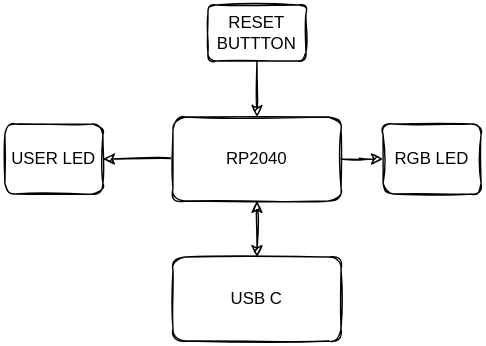
Above: week_2/img/xiaoRP2040.drawio.svg in raynayx/OrangeStars (draw.io), before the change. Source tidied: cells renumbered, new cells last; positions are measured from the earlier drawing's top-left corner, leaving out a move shared by most shapes.
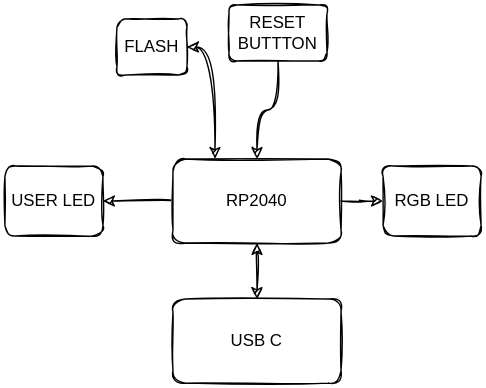
After the commit.

What changed in the source:
```diff
@@ -14,6 +14,9 @@
     <mxCell id="5" style="edgeStyle=orthogonalEdgeStyle;rounded=1;jettySize=auto;html=1;startArrow=classic;startFill=1;sketch=1;curved=1;" parent="1" edge="1" source="6" target="10">
       <mxGeometry relative="1" as="geometry" />
     </mxCell>
+    <mxCell id="11" style="edgeStyle=orthogonalEdgeStyle;curved=1;rounded=1;sketch=1;jettySize=auto;html=1;exitX=0.25;exitY=0;exitDx=0;exitDy=0;entryX=1;entryY=0.5;entryDx=0;entryDy=0;startArrow=classic;startFill=1;endArrow=classic;endFill=1;" parent="1" edge="1" source="6" target="12">
+      <mxGeometry relative="1" as="geometry" />
+    </mxCell>
     <mxCell id="6" value="RP2040" style="rounded=1;whiteSpace=wrap;html=1;sketch=1;" parent="1" vertex="1">
       <mxGeometry x="120" y="80" width="120" height="60" as="geometry" />
     </mxCell>
@@ -21,7 +24,7 @@
       <mxGeometry x="270" y="85" width="70" height="50" as="geometry" />
     </mxCell>
     <mxCell id="8" value="RESET BUTTTON" style="whiteSpace=wrap;html=1;rounded=1;sketch=1;" parent="1" vertex="1">
-      <mxGeometry x="145" width="70" height="40" as="geometry" />
+      <mxGeometry x="160" y="-30" width="70" height="40" as="geometry" />
     </mxCell>
     <mxCell id="9" value="USER LED" style="whiteSpace=wrap;html=1;rounded=1;sketch=1;" parent="1" vertex="1">
       <mxGeometry y="85" width="70" height="50" as="geometry" />
@@ -29,5 +32,8 @@
     <mxCell id="10" value="USB C" style="whiteSpace=wrap;html=1;rounded=1;sketch=1;" parent="1" vertex="1">
       <mxGeometry x="120" y="180" width="120" height="60" as="geometry" />
     </mxCell>
+    <mxCell id="12" value="FLASH" style="rounded=1;whiteSpace=wrap;html=1;sketch=1;" parent="1" vertex="1">
+      <mxGeometry x="80" y="-20" width="50" height="40" as="geometry" />
+    </mxCell>
   </root>
 </mxGraphModel>
```
